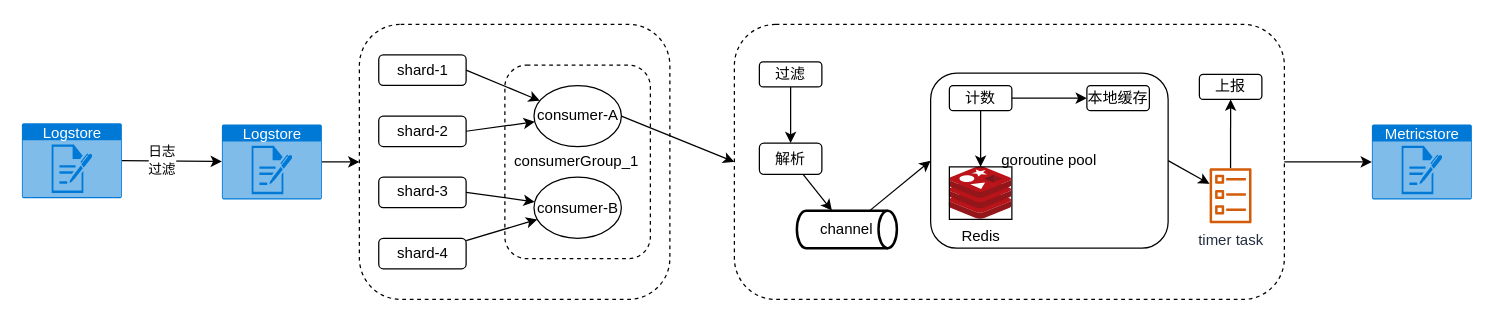
The draw.io diagram drawio/流量可视化v1.drawio in zhao520a1a/zhao520a1a.github.io, before the edit. Source tidied: cells renumbered, new cells numbered last; positions are measured from the earlier drawing's top-left corner, leaving out a move shared by most shapes. Both pictures are drawn from the tidied source at 125%, with x=0, y=0 at pixel (21, 24).
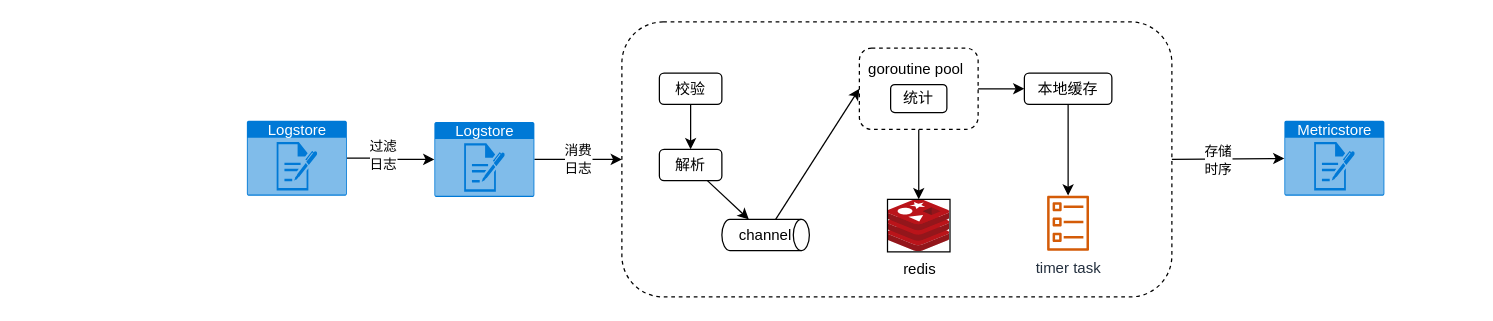
The same page after the edit.

Commit message:
Update 流量可视化v1.drawio

Change to the diagram source:
```diff
@@
     <mxCell id="2" style="rounded=1;whiteSpace=wrap;html=1;dashed=1;strokeColor=default;" parent="1" vertex="1">
-      <mxGeometry x="570" width="440" height="220" as="geometry" />
+      <mxGeometry x="480" y="-2" width="440" height="220" as="geometry" />
     </mxCell>
-    <mxCell id="3" style="edgeStyle=none;jettySize=auto;html=1;elbow=vertical;" parent="1" edge="1" source="4" target="8">
+    <mxCell id="3" style="edgeStyle=none;jettySize=auto;html=1;elbow=vertical;entryX=0;entryY=0.5;entryDx=0;entryDy=0;" parent="1" edge="1" source="4" target="2">
       <mxGeometry relative="1" as="geometry" />
     </mxCell>
+    <mxCell id="40" value="消费&lt;br&gt;日志" style="edgeLabel;html=1;align=center;verticalAlign=middle;" parent="3" vertex="1">
+      <mxGeometry x="-0.3" y="1" relative="1" as="geometry">
+        <mxPoint x="9" as="offset" />
+      </mxGeometry>
+    </mxCell>
     <mxCell id="4" value="Logstore" style="html=1;strokeColor=none;fillColor=#0079D6;labelPosition=center;verticalLabelPosition=middle;verticalAlign=top;align=center;fontSize=12;outlineConnect=0;spacingTop=-6;fontColor=#FFFFFF;sketch=0;shape=mxgraph.sitemap.log;" parent="1" vertex="1">
-      <mxGeometry x="160" y="80" width="80" height="60" as="geometry" />
+      <mxGeometry x="330" y="78" width="80" height="60" as="geometry" />
     </mxCell>
     <mxCell id="5" value="Metricstore" style="html=1;strokeColor=none;fillColor=#0079D6;labelPosition=center;verticalLabelPosition=middle;verticalAlign=top;align=center;fontSize=12;outlineConnect=0;spacingTop=-6;fontColor=#FFFFFF;sketch=0;shape=mxgraph.sitemap.log;" parent="1" vertex="1">
-      <mxGeometry x="1080" y="80" width="80" height="60" as="geometry" />
+      <mxGeometry x="1010" y="77" width="80" height="60" as="geometry" />
     </mxCell>
-    <mxCell id="6" style="edgeStyle=none;jettySize=auto;html=1;exitX=1;exitY=0.5;exitDx=0;exitDy=0;elbow=vertical;" parent="1" edge="1" source="2" target="5">
-      <mxGeometry relative="1" as="geometry" />
-    </mxCell>
-    <mxCell id="7" style="group;" parent="1" vertex="1">
-      <mxGeometry x="270" width="260" height="220" as="geometry" />
-    </mxCell>
-    <mxCell id="8" style="rounded=1;whiteSpace=wrap;html=1;dashed=1;" parent="7" vertex="1">
-      <mxGeometry width="248.4" height="220" as="geometry" />
-    </mxCell>
-    <mxCell id="9" value="consumerGroup_1" style="rounded=1;whiteSpace=wrap;html=1;dashed=1;strokeColor=default;" parent="7" vertex="1">
-      <mxGeometry x="116.4" y="32.6" width="116.4" height="154.8" as="geometry" />
-    </mxCell>
-    <mxCell id="10" value="shard-1" style="rounded=1;whiteSpace=wrap;html=1;" parent="7" vertex="1">
-      <mxGeometry x="15.5" y="24.4" width="69.9" height="24.4" as="geometry" />
-    </mxCell>
-    <mxCell id="11" value="shard-2" style="rounded=1;whiteSpace=wrap;html=1;" parent="7" vertex="1">
-      <mxGeometry x="15.5" y="73.3" width="69.9" height="24.4" as="geometry" />
-    </mxCell>
-    <mxCell id="12" value="shard-3" style="rounded=1;whiteSpace=wrap;html=1;" parent="7" vertex="1">
-      <mxGeometry x="15.5" y="122.2" width="69.9" height="24.4" as="geometry" />
-    </mxCell>
-    <mxCell id="13" value="shard-4" style="rounded=1;whiteSpace=wrap;html=1;" parent="7" vertex="1">
-      <mxGeometry x="15.5" y="171.1" width="69.9" height="24.4" as="geometry" />
-    </mxCell>
-    <mxCell id="14" value="consumer-A" style="ellipse;whiteSpace=wrap;html=1;" parent="7" vertex="1">
-      <mxGeometry x="139.7" y="48.9" width="69.9" height="48.9" as="geometry" />
-    </mxCell>
-    <mxCell id="15" style="jettySize=auto;html=1;exitX=1;exitY=0.5;exitDx=0;exitDy=0;elbow=vertical;" parent="7" edge="1" source="10" target="14">
-      <mxGeometry relative="1" as="geometry" />
-    </mxCell>
-    <mxCell id="16" style="jettySize=auto;html=1;exitX=1;exitY=0.5;exitDx=0;exitDy=0;" parent="7" edge="1" source="11" target="14">
-      <mxGeometry relative="1" as="geometry" />
-    </mxCell>
-    <mxCell id="17" value="consumer-B" style="ellipse;whiteSpace=wrap;html=1;" parent="7" vertex="1">
-      <mxGeometry x="139.7" y="122.2" width="69.9" height="48.9" as="geometry" />
-    </mxCell>
-    <mxCell id="18" style="jettySize=auto;html=1;exitX=1;exitY=0.5;exitDx=0;exitDy=0;" parent="7" edge="1" source="12" target="17">
-      <mxGeometry relative="1" as="geometry" />
-    </mxCell>
-    <mxCell id="19" style="jettySize=auto;html=1;" parent="7" edge="1" source="13" target="17">
-      <mxGeometry relative="1" as="geometry" />
-    </mxCell>
-    <mxCell id="20" style="edgeStyle=none;jettySize=auto;html=1;exitX=1;exitY=0.5;exitDx=0;exitDy=0;elbow=vertical;entryX=0;entryY=0.5;entryDx=0;entryDy=0;" parent="1" edge="1" source="14" target="2">
-      <mxGeometry relative="1" as="geometry" />
-    </mxCell>
-    <mxCell id="21" style="edgeStyle=none;jettySize=auto;html=1;exitX=0.5;exitY=1;exitDx=0;exitDy=0;entryX=0.5;entryY=0;entryDx=0;entryDy=0;startArrow=none;startFill=0;elbow=vertical;" parent="1" edge="1" source="22" target="24">
-      <mxGeometry relative="1" as="geometry" />
-    </mxCell>
-    <mxCell id="22" value="过滤" style="rounded=1;whiteSpace=wrap;html=1;strokeColor=default;" parent="1" vertex="1">
-      <mxGeometry x="590" y="30" width="50" height="20" as="geometry" />
-    </mxCell>
@@
     <mxCell id="24" value="解析" style="rounded=1;whiteSpace=wrap;html=1;strokeColor=default;" parent="1" vertex="1">
-      <mxGeometry x="590" y="95" width="50" height="25" as="geometry" />
+      <mxGeometry x="510" y="100" width="50" height="25" as="geometry" />
     </mxCell>
-    <mxCell id="25" value="上报" style="rounded=1;whiteSpace=wrap;html=1;strokeColor=default;" parent="1" vertex="1">
-      <mxGeometry x="942" y="40" width="50" height="20" as="geometry" />
-    </mxCell>
-    <mxCell id="26" style="edgeStyle=none;jettySize=auto;html=1;startArrow=none;startFill=0;elbow=vertical;" parent="1" edge="1" source="27" target="25">
+    <mxCell id="26" style="edgeStyle=none;jettySize=auto;html=1;startArrow=none;startFill=0;elbow=vertical;exitX=1;exitY=0.5;exitDx=0;exitDy=0;" parent="1" edge="1" source="2" target="5">
       <mxGeometry relative="1" as="geometry" />
     </mxCell>
+    <mxCell id="41" value="存储&lt;br&gt;时序" style="edgeLabel;html=1;align=center;verticalAlign=middle;" parent="26" vertex="1">
+      <mxGeometry x="-0.21" y="-1" relative="1" as="geometry" />
+    </mxCell>
     <mxCell id="27" value="timer task" style="sketch=0;outlineConnect=0;fontColor=#232F3E;gradientColor=none;fillColor=#D45B07;strokeColor=none;dashed=0;verticalLabelPosition=bottom;verticalAlign=top;align=center;html=1;fontSize=12;fontStyle=0;shape=mxgraph.aws4.ecs_task;" parent="1" vertex="1">
-      <mxGeometry x="950" y="115" width="33.9" height="44" as="geometry" />
+      <mxGeometry x="820" y="137" width="33.9" height="44" as="geometry" />
     </mxCell>
-    <mxCell id="28" style="edgeStyle=none;jettySize=auto;html=1;exitX=1;exitY=0.5;exitDx=0;exitDy=0;exitPerimeter=0;startArrow=none;startFill=0;elbow=vertical;" parent="1" edge="1" source="30" target="4">
+    <mxCell id="28" style="edgeStyle=orthogonalEdgeStyle;rounded=0;jettySize=auto;html=1;" parent="1" edge="1" source="30" target="4">
       <mxGeometry relative="1" as="geometry" />
     </mxCell>
-    <mxCell id="29" value="日志&lt;br&gt;过滤" style="edgeLabel;html=1;align=center;verticalAlign=middle;" parent="28" vertex="1">
-      <mxGeometry x="-0.23" y="1" relative="1" as="geometry" />
-    </mxCell>
+    <mxCell id="42" value="过滤&lt;br&gt;日志" style="edgeLabel;html=1;align=center;verticalAlign=middle;" parent="28" vertex="1">
+      <mxGeometry x="-0.21" y="3" relative="1" as="geometry" />
+    </mxCell>
     <mxCell id="30" value="Logstore" style="html=1;strokeColor=none;fillColor=#0079D6;labelPosition=center;verticalLabelPosition=middle;verticalAlign=top;align=center;fontSize=12;outlineConnect=0;spacingTop=-6;fontColor=#FFFFFF;sketch=0;shape=mxgraph.sitemap.log;" parent="1" vertex="1">
-      <mxGeometry y="79" width="80" height="60" as="geometry" />
+      <mxGeometry x="180" y="77" width="80" height="60" as="geometry" />
     </mxCell>
-    <mxCell id="31" style="edgeStyle=none;jettySize=auto;html=1;startArrow=none;startFill=0;elbow=vertical;exitX=1;exitY=0.5;exitDx=0;exitDy=0;" parent="1" edge="1" source="32" target="27">
-      <mxGeometry relative="1" as="geometry" />
-    </mxCell>
-    <mxCell id="32" value="&lt;div&gt;&lt;span&gt;goroutine pool&lt;/span&gt;&lt;/div&gt;" style="rounded=1;whiteSpace=wrap;html=1;strokeColor=default;align=center;" parent="1" vertex="1">
-      <mxGeometry x="727" y="39" width="190" height="140" as="geometry" />
-    </mxCell>
-    <mxCell id="33" value="计数" style="rounded=1;whiteSpace=wrap;html=1;strokeColor=default;" parent="1" vertex="1">
-      <mxGeometry x="742" y="49" width="50" height="20" as="geometry" />
-    </mxCell>
-    <mxCell id="34" value="本地缓存" style="rounded=1;whiteSpace=wrap;html=1;strokeColor=default;" parent="1" vertex="1">
-      <mxGeometry x="852" y="49" width="50" height="20" as="geometry" />
-    </mxCell>
-    <mxCell id="35" value="Redis" style="sketch=0;html=1;points=[];align=center;image;fontSize=12;image=img/lib/mscae/Cache_Redis_Product.svg;imageBorder=default;" parent="1" vertex="1">
-      <mxGeometry x="742" y="114" width="50" height="42" as="geometry" />
-    </mxCell>
-    <mxCell id="36" style="edgeStyle=none;jettySize=auto;html=1;exitX=1;exitY=0.5;exitDx=0;exitDy=0;startArrow=none;startFill=0;elbow=vertical;" parent="1" edge="1" source="33" target="34">
-      <mxGeometry relative="1" as="geometry" />
-    </mxCell>
-    <mxCell id="37" style="edgeStyle=none;jettySize=auto;html=1;startArrow=none;startFill=0;elbow=vertical;" parent="1" edge="1" source="33" target="35">
-      <mxGeometry relative="1" as="geometry" />
-    </mxCell>
-    <mxCell id="38" style="edgeStyle=none;jettySize=auto;html=1;startArrow=none;startFill=0;elbow=vertical;entryX=0;entryY=0.5;entryDx=0;entryDy=0;" parent="1" edge="1" source="39" target="32">
+    <mxCell id="38" style="rounded=0;jettySize=auto;html=1;entryX=0;entryY=0.5;entryDx=0;entryDy=0;" parent="1" edge="1" source="39" target="32">
       <mxGeometry relative="1" as="geometry" />
     </mxCell>
-    <mxCell id="39" value="channel" style="strokeWidth=2;html=1;shape=mxgraph.flowchart.direct_data;whiteSpace=wrap;" parent="1" vertex="1">
-      <mxGeometry x="620" y="149" width="80" height="30" as="geometry" />
+    <mxCell id="39" value="channel" style="strokeWidth=1;html=1;shape=mxgraph.flowchart.direct_data;whiteSpace=wrap;" parent="1" vertex="1">
+      <mxGeometry x="560" y="156" width="70" height="25" as="geometry" />
     </mxCell>
+    <mxCell id="43" style="edgeStyle=orthogonalEdgeStyle;rounded=0;jettySize=auto;html=1;" parent="1" edge="1" source="44" target="24">
+      <mxGeometry relative="1" as="geometry" />
+    </mxCell>
+    <mxCell id="44" value="校验" style="rounded=1;whiteSpace=wrap;html=1;strokeColor=default;" parent="1" vertex="1">
+      <mxGeometry x="510" y="39" width="50" height="25" as="geometry" />
+    </mxCell>
+    <mxCell id="45" style="edgeStyle=orthogonalEdgeStyle;rounded=0;jettySize=auto;html=1;" parent="1" edge="1" source="34" target="27">
+      <mxGeometry relative="1" as="geometry" />
+    </mxCell>
+    <mxCell id="34" value="本地缓存" style="rounded=1;whiteSpace=wrap;html=1;strokeColor=default;" parent="1" vertex="1">
+      <mxGeometry x="802" y="39" width="70" height="25" as="geometry" />
+    </mxCell>
+    <mxCell id="46" value="redis" style="sketch=0;html=1;points=[];align=center;image;fontSize=12;image=img/lib/mscae/Cache_Redis_Product.svg;imageBorder=default;" parent="1" vertex="1">
+      <mxGeometry x="692.5" y="140" width="50" height="42" as="geometry" />
+    </mxCell>
+    <mxCell id="47" style="group;" parent="1" vertex="1">
+      <mxGeometry x="670" y="19" width="95" height="65" as="geometry" />
+    </mxCell>
+    <mxCell id="32" style="rounded=1;whiteSpace=wrap;html=1;strokeColor=default;align=center;dashed=1;" parent="47" vertex="1">
+      <mxGeometry width="95" height="65" as="geometry" />
+    </mxCell>
+    <mxCell id="48" value="统计" style="rounded=1;whiteSpace=wrap;html=1;strokeColor=default;" parent="47" vertex="1">
+      <mxGeometry x="25" y="29.1" width="45" height="22.4" as="geometry" />
+    </mxCell>
+    <mxCell id="49" value="goroutine pool&lt;br&gt;" style="text;html=1;align=center;verticalAlign=middle;strokeColor=none;fillColor=none;" parent="47" vertex="1">
+      <mxGeometry y="6.7" width="90" height="20" as="geometry" />
+    </mxCell>
+    <mxCell id="50" style="edgeStyle=orthogonalEdgeStyle;rounded=0;jettySize=auto;html=1;" parent="1" edge="1" source="32" target="46">
+      <mxGeometry relative="1" as="geometry" />
+    </mxCell>
+    <mxCell id="51" style="edgeStyle=orthogonalEdgeStyle;rounded=0;jettySize=auto;html=1;" parent="1" edge="1" source="32" target="34">
+      <mxGeometry relative="1" as="geometry" />
+    </mxCell>
```
